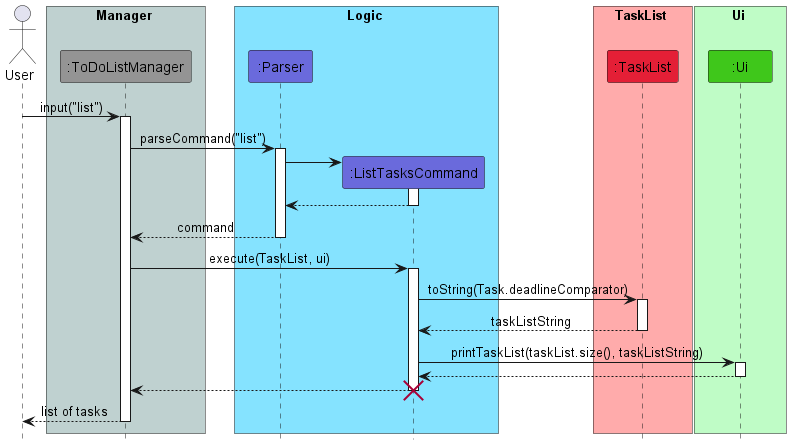
Above: docs/images/ListTasksCommandSequence.png in nus-cs2113-AY2223S2/tp (PlantUML), before the change. Source of this version:
```plantuml
@startuml
!include Style.puml

actor User

box Manager COLOR_MAIN_LIGHT
participant ":ToDoListManager" as ToDoListManager COLOR_MAIN
end box

box Logic COLOR_LOGIC_LIGHT
participant ":Parser" as Parser COLOR_LOGIC
participant ":ListTasksCommand" as ListTasksCommand COLOR_LOGIC
end box

box TaskList COLOR_TASK_LIST_LIGHT
participant ":TaskList" as TaskList COLOR_TASK_LIST
end box

box Ui COLOR_UI_LIGHT
participant ":Ui" as Ui COLOR_UI
end box

User -> ToDoListManager: input("list")
activate ToDoListManager
ToDoListManager -> Parser : parseCommand("list")
activate Parser
create ListTasksCommand
Parser -> ListTasksCommand
activate ListTasksCommand
ListTasksCommand --> Parser
deactivate ListTasksCommand
Parser --> ToDoListManager: command
deactivate Parser
ToDoListManager -> ListTasksCommand : execute(TaskList, ui)
activate ListTasksCommand
ListTasksCommand -> TaskList : toString(Task.deadlineComparator)
activate TaskList
TaskList --> ListTasksCommand : taskListString
deactivate TaskList
ListTasksCommand -> Ui : printTaskList(taskList.size(), taskListString)
activate Ui
Ui --> ListTasksCommand
deactivate Ui
ListTasksCommand --> ToDoListManager
deactivate ListTasksCommand
destroy ListTasksCommand
ToDoListManager --> User : list of tasks
deactivate ToDoListManager
@enduml
```
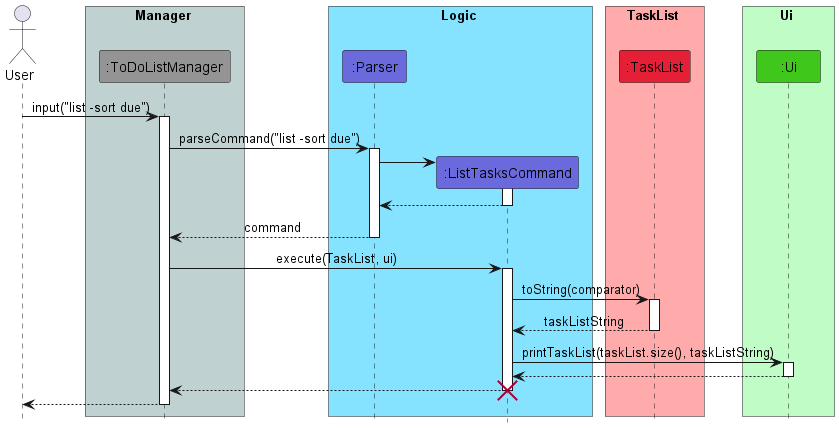
The same file after the commit.

Diff of the diagram source:
```diff
@@ -20,9 +20,9 @@
 participant ":Ui" as Ui COLOR_UI
 end box
 
-User -> ToDoListManager: input("list")
+User -> ToDoListManager: input("list -sort due")
 activate ToDoListManager
-ToDoListManager -> Parser : parseCommand("list")
+ToDoListManager -> Parser : parseCommand("list -sort due")
 activate Parser
 create ListTasksCommand
 Parser -> ListTasksCommand
@@ -33,7 +33,7 @@
 deactivate Parser
 ToDoListManager -> ListTasksCommand : execute(TaskList, ui)
 activate ListTasksCommand
-ListTasksCommand -> TaskList : toString(Task.deadlineComparator)
+ListTasksCommand -> TaskList : toString(comparator)
 activate TaskList
 TaskList --> ListTasksCommand : taskListString
 deactivate TaskList
@@ -44,6 +44,6 @@
 ListTasksCommand --> ToDoListManager
 deactivate ListTasksCommand
 destroy ListTasksCommand
-ToDoListManager --> User : list of tasks
+ToDoListManager --> User
 deactivate ToDoListManager
 @enduml
```
